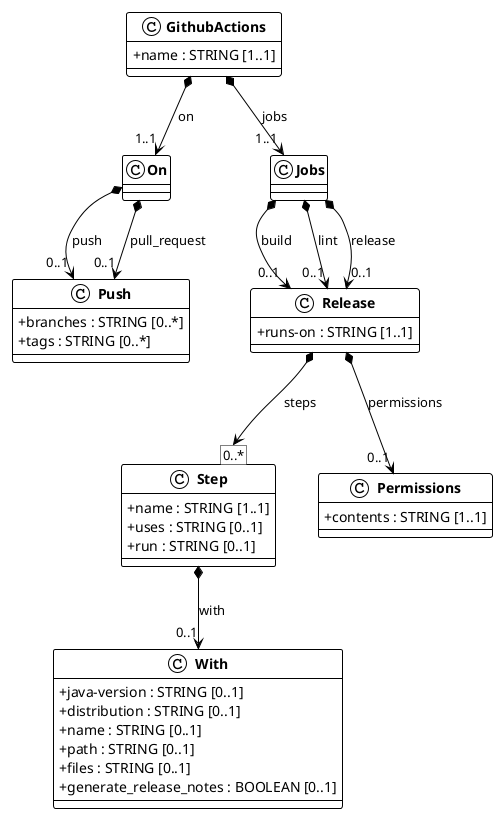
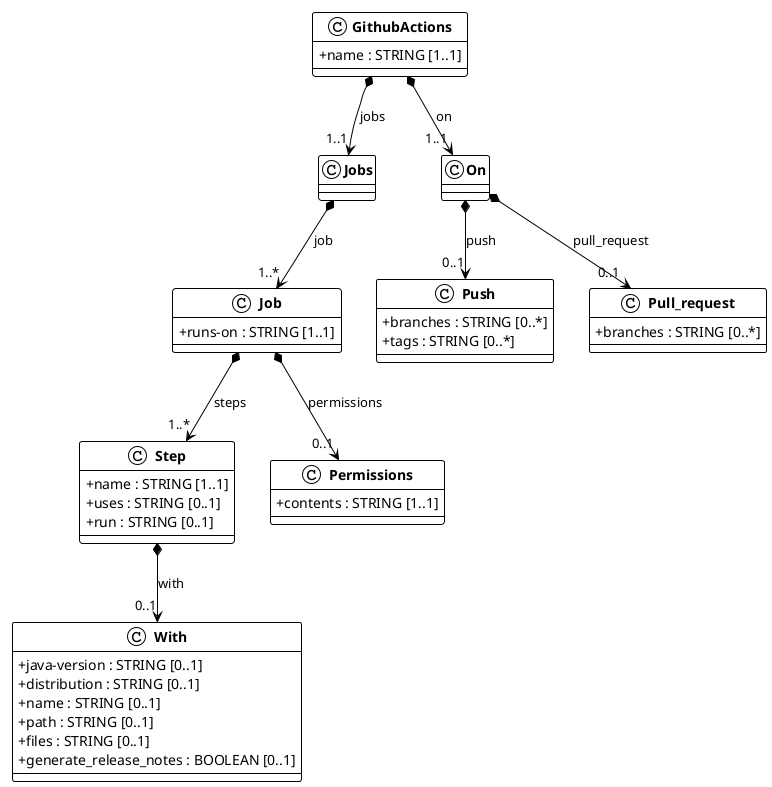
@startuml github_actions
!theme plain
skinparam classAttributeIconSize 0
skinparam classFontStyle bold

class GithubActions{
  + name : STRING [1..1]
}

- class On{
+ class Jobs{
}

- class Push{
-   + branches : STRING [0..*]
-   + tags : STRING [0..*]
- }
- 
- class Jobs{
+ class Job{
+   + runs-on : STRING [1..1]
}

class Step{
  + name : STRING [1..1]
  + uses : STRING [0..1]
  + run : STRING [0..1]
}

class With{
  + java-version : STRING [0..1]
  + distribution : STRING [0..1]
  + name : STRING [0..1]
  + path : STRING [0..1]
  + files : STRING [0..1]
  + generate_release_notes : BOOLEAN [0..1]
}

- class Release{
-   + runs-on : STRING [1..1]
+ class On{
+ }
+ 
+ class Push{
+   + branches : STRING [0..*]
+   + tags : STRING [0..*]
+ }
+ 
+ class Pull_request{
+   + branches : STRING [0..*]
}

class Permissions{
  + contents : STRING [1..1]
}

+ GithubActions *--> "1..1" Jobs : jobs
GithubActions *--> "1..1" On : on
- GithubActions *--> "1..1" Jobs : jobs
+ Jobs *--> "1..*" Job : job
+ Job *--> "1..*" Step : steps
+ Job *--> "0..1" Permissions : permissions
+ Step *--> "0..1" With : with
On *--> "0..1" Push : push
- On *--> "0..1" Push : pull_request
- Jobs *--> "0..1" Release : build
- Jobs *--> "0..1" Release : lint
- Jobs *--> "0..1" Release : release
- Step *--> "0..1" With : with
- Release *--> "0..1" Permissions : permissions
- Release *--> [0..*] Step : steps
+ On *--> "0..1" Pull_request : pull_request

@enduml
